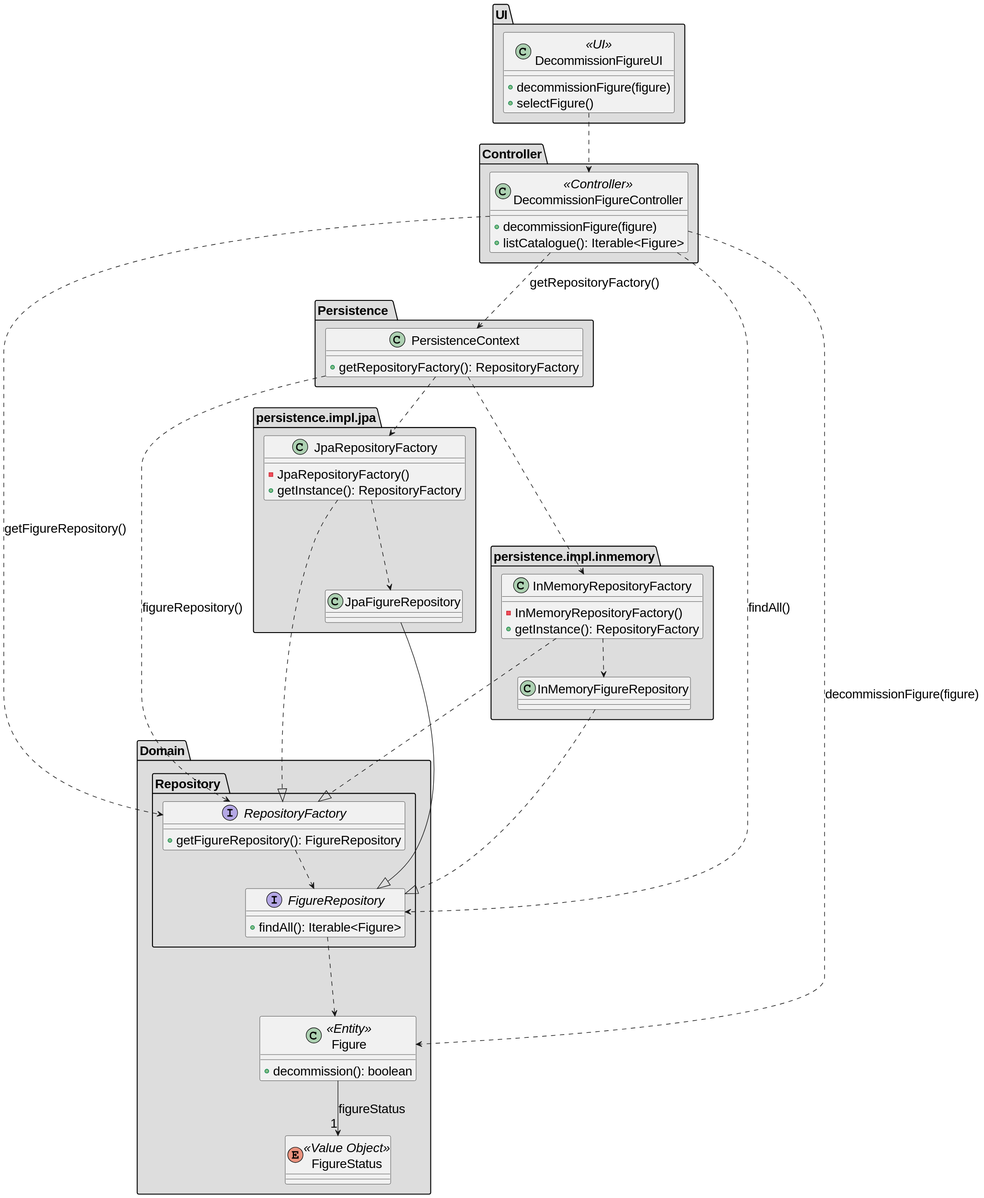
Above: docs/SPRINT_2/US234/images/class_diagram_us234.svg in diogoveirospro/sem4pi-2024-2025-sem4pi_2024_2025_g44 (PlantUML), before the change.
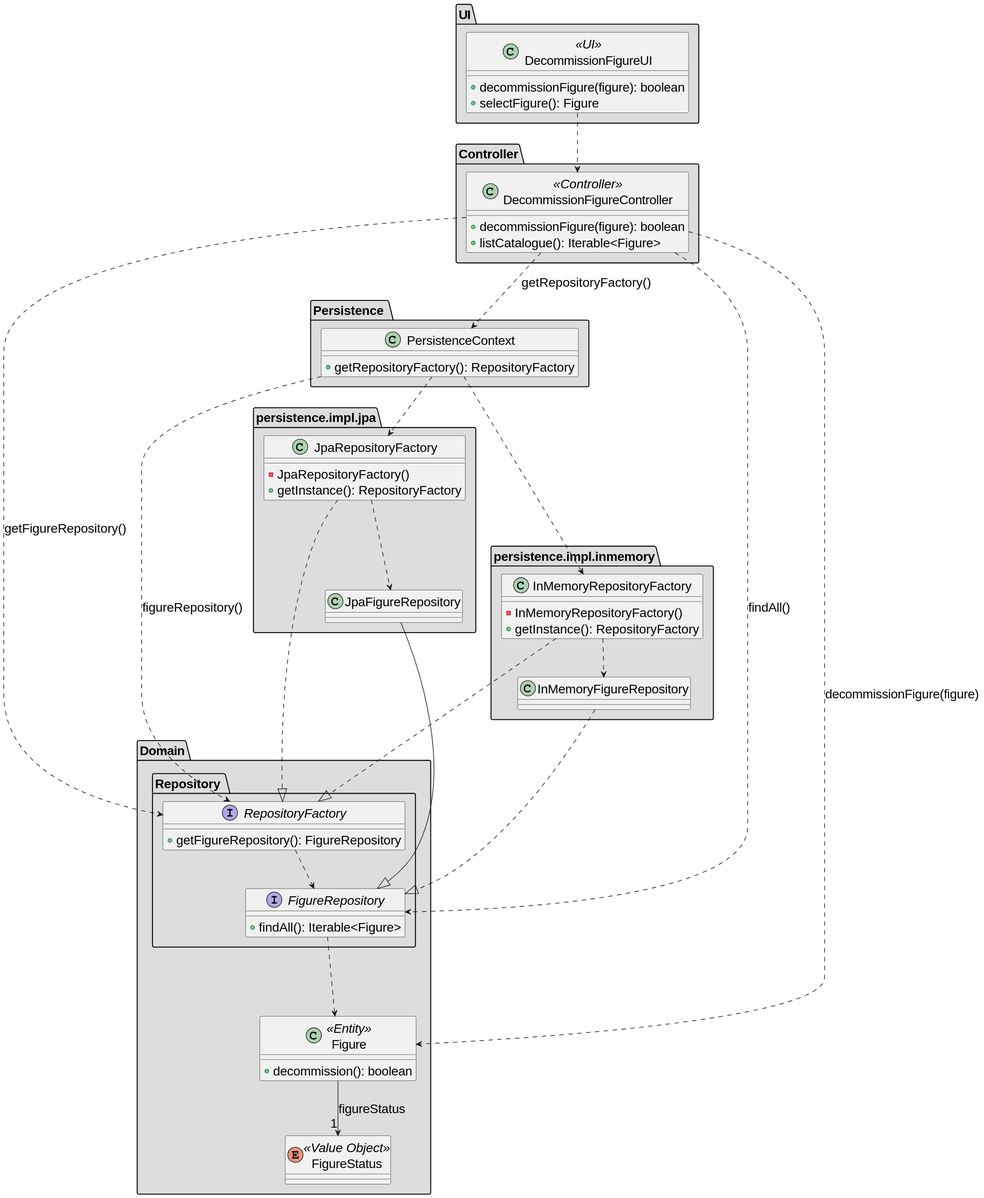
After the commit.

The edit, as a diff of the source:
```diff
@@ -53,14 +53,14 @@
 
 package "UI" #DDDDDD {
     class DecommissionFigureUI <<UI>> {
-        + decommissionFigure(figure)
-        + selectFigure()
+        + decommissionFigure(figure): boolean
+        + selectFigure(): Figure
     }
 }
 
 package "Controller" #DDDDDD {
     class DecommissionFigureController <<Controller>> {
-        + decommissionFigure(figure)
+        + decommissionFigure(figure): boolean
         + listCatalogue(): Iterable<Figure>
     }
 }
```
